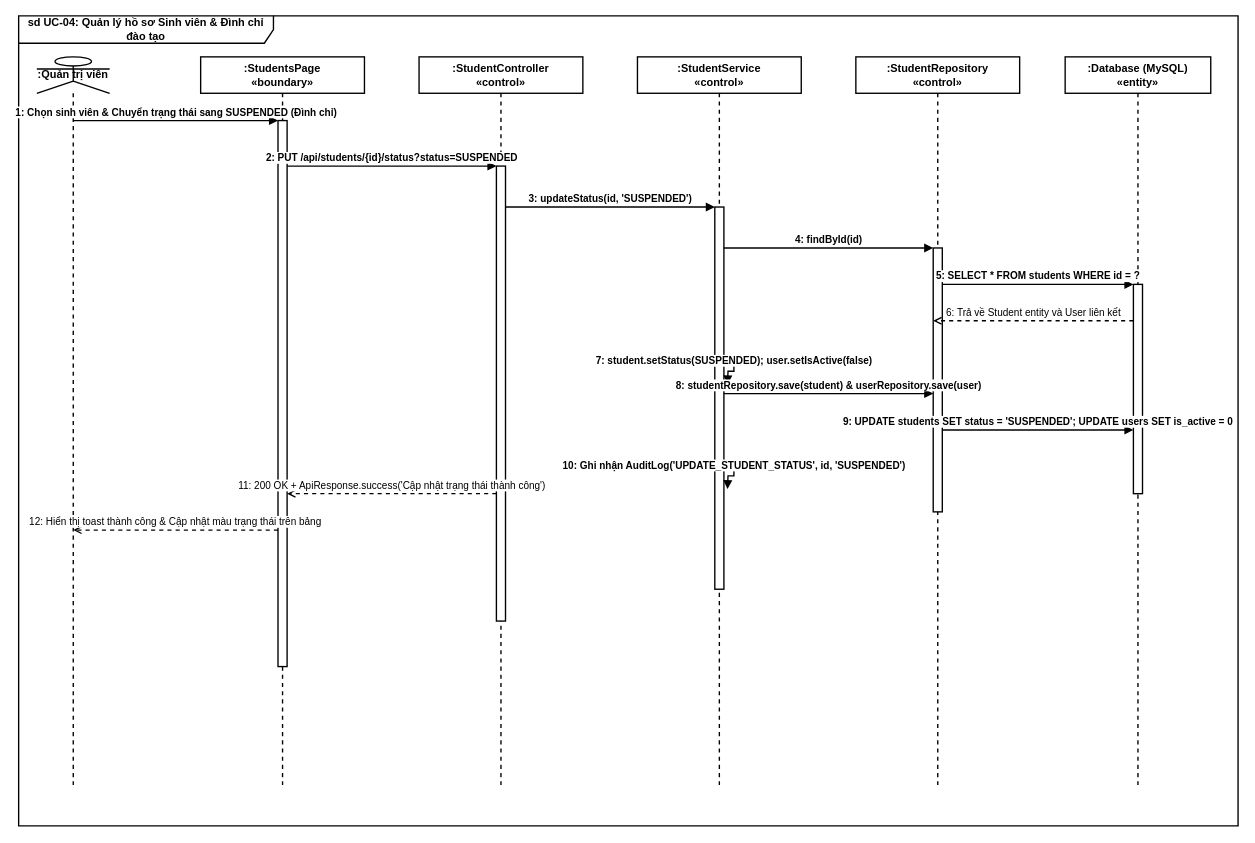
DevMarkie/DoAnChuyenNganh keeps this draw.io diagram as page "4. Quản lý hồ sơ Sinh viên" (4 of 23) of drawio/Sequence_Diagrams.drawio. Above is the earlier version. Source tidied: cells renumbered, new cells numbered last; positions are measured from the earlier drawing's top-left corner, leaving out a move shared by most shapes. Both pictures are drawn from the tidied source at 91%, with x=0, y=0 at pixel (18, 15).
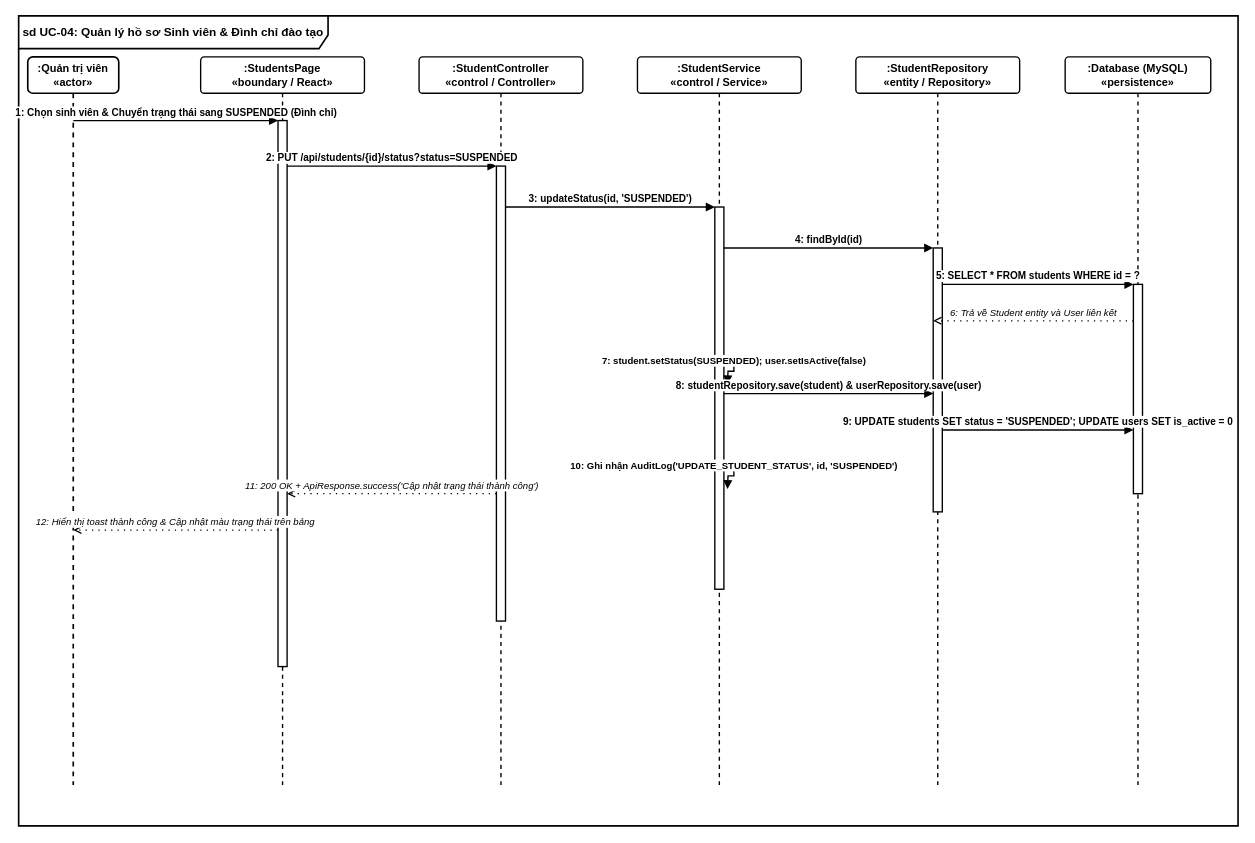
Above is the later version.

Change to the diagram source:
```diff
@@
-    <mxCell id="2" value="sd UC-04: Quản lý hồ sơ Sinh viên &amp; Đình chỉ đào tạo" style="shape=umlFrame;whiteSpace=wrap;html=1;width=280;height=30;strokeColor=#000000;strokeWidth=1.5;fillColor=none;fontColor=#000000;fontStyle=1;fontSize=12;" parent="1" vertex="1">
+    <mxCell id="2" value="sd UC-04: Quản lý hồ sơ Sinh viên &amp; Đình chỉ đào tạo" style="shape=umlFrame;whiteSpace=wrap;html=1;width=340;height=36;strokeColor=#000000;strokeWidth=1.8;fillColor=none;fontColor=#000000;fontStyle=1;fontSize=13;rounded=1;shadow=0;arcSize=6;" parent="1" vertex="1">
       <mxGeometry width="1340" height="890" as="geometry" />
     </mxCell>
-    <mxCell id="3" value=":Quản trị viên" style="shape=umlLifeline;participant=umlActor;perimeter=lifelinePerimeter;whiteSpace=wrap;html=1;strokeColor=#000000;strokeWidth=1.5;fillColor=#ffffff;fontColor=#000000;fontStyle=1;fontSize=12;" parent="1" vertex="1">
-      <mxGeometry x="20" y="45" width="80" height="800" as="geometry" />
+    <mxCell id="3" value=":Quản trị viên&#10;«actor»" style="shape=umlLifeline;perimeter=lifelinePerimeter;whiteSpace=wrap;html=1;strokeColor=#000000;strokeWidth=1.8;fillColor=#ffffff;fontColor=#000000;fontStyle=1;fontSize=12;rounded=1;arcSize=14;shadow=0;" parent="1" vertex="1">
+      <mxGeometry x="10" y="45" width="100" height="800" as="geometry" />
     </mxCell>
-    <mxCell id="4" value=":StudentsPage&#10;«boundary»" style="shape=umlLifeline;perimeter=lifelinePerimeter;whiteSpace=wrap;html=1;strokeColor=#000000;strokeWidth=1.5;fillColor=#ffffff;fontColor=#000000;fontStyle=1;fontSize=12;" parent="1" vertex="1">
+    <mxCell id="4" value=":StudentsPage&#10;«boundary / React»" style="shape=umlLifeline;perimeter=lifelinePerimeter;whiteSpace=wrap;html=1;strokeColor=#000000;strokeWidth=1.5;fillColor=#ffffff;fontColor=#000000;fontStyle=1;fontSize=12;rounded=1;arcSize=10;shadow=0;" parent="1" vertex="1">
       <mxGeometry x="200" y="45" width="180" height="800" as="geometry" />
     </mxCell>
-    <mxCell id="5" value=":StudentController&#10;«control»" style="shape=umlLifeline;perimeter=lifelinePerimeter;whiteSpace=wrap;html=1;strokeColor=#000000;strokeWidth=1.5;fillColor=#ffffff;fontColor=#000000;fontStyle=1;fontSize=12;" parent="1" vertex="1">
+    <mxCell id="5" value=":StudentController&#10;«control / Controller»" style="shape=umlLifeline;perimeter=lifelinePerimeter;whiteSpace=wrap;html=1;strokeColor=#000000;strokeWidth=1.5;fillColor=#ffffff;fontColor=#000000;fontStyle=1;fontSize=12;rounded=1;arcSize=10;shadow=0;" parent="1" vertex="1">
       <mxGeometry x="440" y="45" width="180" height="800" as="geometry" />
     </mxCell>
-    <mxCell id="6" value=":StudentService&#10;«control»" style="shape=umlLifeline;perimeter=lifelinePerimeter;whiteSpace=wrap;html=1;strokeColor=#000000;strokeWidth=1.5;fillColor=#ffffff;fontColor=#000000;fontStyle=1;fontSize=12;" parent="1" vertex="1">
+    <mxCell id="6" value=":StudentService&#10;«control / Service»" style="shape=umlLifeline;perimeter=lifelinePerimeter;whiteSpace=wrap;html=1;strokeColor=#000000;strokeWidth=1.5;fillColor=#ffffff;fontColor=#000000;fontStyle=1;fontSize=12;rounded=1;arcSize=10;shadow=0;" parent="1" vertex="1">
       <mxGeometry x="680" y="45" width="180" height="800" as="geometry" />
     </mxCell>
-    <mxCell id="7" value=":StudentRepository&#10;«control»" style="shape=umlLifeline;perimeter=lifelinePerimeter;whiteSpace=wrap;html=1;strokeColor=#000000;strokeWidth=1.5;fillColor=#ffffff;fontColor=#000000;fontStyle=1;fontSize=12;" parent="1" vertex="1">
+    <mxCell id="7" value=":StudentRepository&#10;«entity / Repository»" style="shape=umlLifeline;perimeter=lifelinePerimeter;whiteSpace=wrap;html=1;strokeColor=#000000;strokeWidth=1.5;fillColor=#ffffff;fontColor=#000000;fontStyle=1;fontSize=12;rounded=1;arcSize=10;shadow=0;" parent="1" vertex="1">
       <mxGeometry x="920" y="45" width="180" height="800" as="geometry" />
     </mxCell>
-    <mxCell id="8" value=":Database (MySQL)&#10;«entity»" style="shape=umlLifeline;perimeter=lifelinePerimeter;whiteSpace=wrap;html=1;strokeColor=#000000;strokeWidth=1.5;fillColor=#ffffff;fontColor=#000000;fontStyle=1;fontSize=12;" parent="1" vertex="1">
+    <mxCell id="8" value=":Database (MySQL)&#10;«persistence»" style="shape=umlLifeline;perimeter=lifelinePerimeter;whiteSpace=wrap;html=1;strokeColor=#000000;strokeWidth=1.5;fillColor=#ffffff;fontColor=#000000;fontStyle=1;fontSize=12;rounded=1;arcSize=10;shadow=0;" parent="1" vertex="1">
       <mxGeometry x="1150" y="45" width="160" height="800" as="geometry" />
     </mxCell>
-    <mxCell id="9" style="html=1;perimeter=orthogonalPerimeter;strokeColor=#000000;strokeWidth=1.5;fillColor=#ffffff;" parent="1" vertex="1">
+    <mxCell id="9" style="html=1;perimeter=orthogonalPerimeter;strokeColor=#000000;strokeWidth=1.5;fillColor=#ffffff;shadow=0;" parent="1" vertex="1">
       <mxGeometry x="285" y="115" width="10" height="600" as="geometry" />
     </mxCell>
-    <mxCell id="10" style="html=1;perimeter=orthogonalPerimeter;strokeColor=#000000;strokeWidth=1.5;fillColor=#ffffff;" parent="1" vertex="1">
+    <mxCell id="10" style="html=1;perimeter=orthogonalPerimeter;strokeColor=#000000;strokeWidth=1.5;fillColor=#ffffff;shadow=0;" parent="1" vertex="1">
       <mxGeometry x="525" y="165" width="10" height="500" as="geometry" />
     </mxCell>
-    <mxCell id="11" style="html=1;perimeter=orthogonalPerimeter;strokeColor=#000000;strokeWidth=1.5;fillColor=#ffffff;" parent="1" vertex="1">
+    <mxCell id="11" style="html=1;perimeter=orthogonalPerimeter;strokeColor=#000000;strokeWidth=1.5;fillColor=#ffffff;shadow=0;" parent="1" vertex="1">
       <mxGeometry x="765" y="210" width="10" height="420" as="geometry" />
     </mxCell>
-    <mxCell id="12" style="html=1;perimeter=orthogonalPerimeter;strokeColor=#000000;strokeWidth=1.5;fillColor=#ffffff;" parent="1" vertex="1">
+    <mxCell id="12" style="html=1;perimeter=orthogonalPerimeter;strokeColor=#000000;strokeWidth=1.5;fillColor=#ffffff;shadow=0;" parent="1" vertex="1">
       <mxGeometry x="1005" y="255" width="10" height="290" as="geometry" />
     </mxCell>
-    <mxCell id="13" style="html=1;perimeter=orthogonalPerimeter;strokeColor=#000000;strokeWidth=1.5;fillColor=#ffffff;" parent="1" vertex="1">
+    <mxCell id="13" style="html=1;perimeter=orthogonalPerimeter;strokeColor=#000000;strokeWidth=1.5;fillColor=#ffffff;shadow=0;" parent="1" vertex="1">
       <mxGeometry x="1225" y="295" width="10" height="230" as="geometry" />
     </mxCell>
-    <mxCell id="14" value="1: Chọn sinh viên &amp; Chuyển trạng thái sang SUSPENDED (Đình chỉ)" style="html=1;verticalAlign=bottom;endArrow=block;strokeColor=#000000;strokeWidth=1.5;labelBackgroundColor=#ffffff;labelBorderColor=none;fillColor=none;fontColor=#000000;fontSize=11;fontStyle=1;" parent="1" edge="1">
+    <mxCell id="14" value="1: Chọn sinh viên &amp; Chuyển trạng thái sang SUSPENDED (Đình chỉ)" style="html=1;verticalAlign=bottom;endArrow=block;endFill=1;strokeColor=#000000;strokeWidth=1.5;labelBackgroundColor=#ffffff;labelBorderColor=none;fillColor=none;fontColor=#000000;fontSize=11;fontStyle=1;rounded=0;" parent="1" edge="1">
       <mxGeometry relative="1" as="geometry">
         <mxPoint x="60" y="115" as="sourcePoint" />
         <mxPoint x="285" y="115" as="targetPoint" />
       </mxGeometry>
     </mxCell>
-    <mxCell id="15" value="2: PUT /api/students/{id}/status?status=SUSPENDED" style="html=1;verticalAlign=bottom;endArrow=block;strokeColor=#000000;strokeWidth=1.5;labelBackgroundColor=#ffffff;labelBorderColor=none;fillColor=none;fontColor=#000000;fontSize=11;fontStyle=1;" parent="1" edge="1">
+    <mxCell id="15" value="2: PUT /api/students/{id}/status?status=SUSPENDED" style="html=1;verticalAlign=bottom;endArrow=block;endFill=1;strokeColor=#000000;strokeWidth=1.5;labelBackgroundColor=#ffffff;labelBorderColor=none;fillColor=none;fontColor=#000000;fontSize=11;fontStyle=1;rounded=0;" parent="1" edge="1">
       <mxGeometry relative="1" as="geometry">
         <mxPoint x="295" y="165" as="sourcePoint" />
         <mxPoint x="525" y="165" as="targetPoint" />
       </mxGeometry>
     </mxCell>
-    <mxCell id="16" value="3: updateStatus(id, 'SUSPENDED')" style="html=1;verticalAlign=bottom;endArrow=block;strokeColor=#000000;strokeWidth=1.5;labelBackgroundColor=#ffffff;labelBorderColor=none;fillColor=none;fontColor=#000000;fontSize=11;fontStyle=1;" parent="1" edge="1">
+    <mxCell id="16" value="3: updateStatus(id, 'SUSPENDED')" style="html=1;verticalAlign=bottom;endArrow=block;endFill=1;strokeColor=#000000;strokeWidth=1.5;labelBackgroundColor=#ffffff;labelBorderColor=none;fillColor=none;fontColor=#000000;fontSize=11;fontStyle=1;rounded=0;" parent="1" edge="1">
       <mxGeometry relative="1" as="geometry">
         <mxPoint x="535" y="210" as="sourcePoint" />
         <mxPoint x="765" y="210" as="targetPoint" />
       </mxGeometry>
     </mxCell>
-    <mxCell id="17" value="4: findById(id)" style="html=1;verticalAlign=bottom;endArrow=block;strokeColor=#000000;strokeWidth=1.5;labelBackgroundColor=#ffffff;labelBorderColor=none;fillColor=none;fontColor=#000000;fontSize=11;fontStyle=1;" parent="1" edge="1">
+    <mxCell id="17" value="4: findById(id)" style="html=1;verticalAlign=bottom;endArrow=block;endFill=1;strokeColor=#000000;strokeWidth=1.5;labelBackgroundColor=#ffffff;labelBorderColor=none;fillColor=none;fontColor=#000000;fontSize=11;fontStyle=1;rounded=0;" parent="1" edge="1">
       <mxGeometry relative="1" as="geometry">
         <mxPoint x="775" y="255" as="sourcePoint" />
         <mxPoint x="1005" y="255" as="targetPoint" />
       </mxGeometry>
     </mxCell>
-    <mxCell id="18" value="5: SELECT * FROM students WHERE id = ?" style="html=1;verticalAlign=bottom;endArrow=block;strokeColor=#000000;strokeWidth=1.5;labelBackgroundColor=#ffffff;labelBorderColor=none;fillColor=none;fontColor=#000000;fontSize=11;fontStyle=1;" parent="1" edge="1">
+    <mxCell id="18" value="5: SELECT * FROM students WHERE id = ?" style="html=1;verticalAlign=bottom;endArrow=block;endFill=1;strokeColor=#000000;strokeWidth=1.5;labelBackgroundColor=#ffffff;labelBorderColor=none;fillColor=none;fontColor=#000000;fontSize=11;fontStyle=1;rounded=0;" parent="1" edge="1">
       <mxGeometry relative="1" as="geometry">
         <mxPoint x="1015" y="295" as="sourcePoint" />
         <mxPoint x="1225" y="295" as="targetPoint" />
       </mxGeometry>
     </mxCell>
-    <mxCell id="19" value="6: Trả về Student entity và User liên kết" style="html=1;verticalAlign=bottom;endArrow=open;dashed=1;strokeColor=#000000;strokeWidth=1.5;labelBackgroundColor=#ffffff;labelBorderColor=none;fillColor=none;fontColor=#000000;fontSize=11;fontStyle=0;" parent="1" edge="1">
+    <mxCell id="19" value="6: Trả về Student entity và User liên kết" style="html=1;verticalAlign=bottom;endArrow=open;dashed=1;dashPattern=1 4;strokeColor=#000000;strokeWidth=1.4;labelBackgroundColor=#ffffff;labelBorderColor=none;fillColor=none;fontColor=#000000;fontSize=10.5;fontStyle=2;rounded=0;" parent="1" edge="1">
       <mxGeometry relative="1" as="geometry">
         <mxPoint x="1225" y="335" as="sourcePoint" />
         <mxPoint x="1005" y="335" as="targetPoint" />
       </mxGeometry>
     </mxCell>
-    <mxCell id="20" value="7: student.setStatus(SUSPENDED); user.setIsActive(false)" style="html=1;verticalAlign=bottom;endArrow=block;strokeColor=#000000;strokeWidth=1.5;labelBackgroundColor=#ffffff;labelBorderColor=none;fillColor=none;fontColor=#000000;fontSize=11;fontStyle=1;edgeStyle=orthogonalEdgeStyle;curved=0;rounded=0;" parent="1" edge="1">
+    <mxCell id="20" value="7: student.setStatus(SUSPENDED); user.setIsActive(false)" style="html=1;verticalAlign=bottom;endArrow=block;endFill=1;strokeColor=#000000;strokeWidth=1.5;labelBackgroundColor=#ffffff;labelBorderColor=none;fillColor=none;fontColor=#000000;fontSize=10.5;fontStyle=1;edgeStyle=orthogonalEdgeStyle;curved=0;rounded=0;" parent="1" edge="1">
       <mxGeometry relative="1" as="geometry">
         <mxPoint x="775" y="375" as="sourcePoint" />
         <mxPoint x="779" y="405" as="targetPoint" />
       </mxGeometry>
     </mxCell>
-    <mxCell id="21" value="8: studentRepository.save(student) &amp; userRepository.save(user)" style="html=1;verticalAlign=bottom;endArrow=block;strokeColor=#000000;strokeWidth=1.5;labelBackgroundColor=#ffffff;labelBorderColor=none;fillColor=none;fontColor=#000000;fontSize=11;fontStyle=1;" parent="1" edge="1">
+    <mxCell id="21" value="8: studentRepository.save(student) &amp; userRepository.save(user)" style="html=1;verticalAlign=bottom;endArrow=block;endFill=1;strokeColor=#000000;strokeWidth=1.5;labelBackgroundColor=#ffffff;labelBorderColor=none;fillColor=none;fontColor=#000000;fontSize=11;fontStyle=1;rounded=0;" parent="1" edge="1">
       <mxGeometry relative="1" as="geometry">
         <mxPoint x="775" y="415" as="sourcePoint" />
         <mxPoint x="1005" y="415" as="targetPoint" />
       </mxGeometry>
     </mxCell>
-    <mxCell id="22" value="9: UPDATE students SET status = 'SUSPENDED'; UPDATE users SET is_active = 0" style="html=1;verticalAlign=bottom;endArrow=block;strokeColor=#000000;strokeWidth=1.5;labelBackgroundColor=#ffffff;labelBorderColor=none;fillColor=none;fontColor=#000000;fontSize=11;fontStyle=1;" parent="1" edge="1">
+    <mxCell id="22" value="9: UPDATE students SET status = 'SUSPENDED'; UPDATE users SET is_active = 0" style="html=1;verticalAlign=bottom;endArrow=block;endFill=1;strokeColor=#000000;strokeWidth=1.5;labelBackgroundColor=#ffffff;labelBorderColor=none;fillColor=none;fontColor=#000000;fontSize=11;fontStyle=1;rounded=0;" parent="1" edge="1">
       <mxGeometry relative="1" as="geometry">
         <mxPoint x="1015" y="455" as="sourcePoint" />
         <mxPoint x="1225" y="455" as="targetPoint" />
       </mxGeometry>
     </mxCell>
-    <mxCell id="23" value="10: Ghi nhận AuditLog('UPDATE_STUDENT_STATUS', id, 'SUSPENDED')" style="html=1;verticalAlign=bottom;endArrow=block;strokeColor=#000000;strokeWidth=1.5;labelBackgroundColor=#ffffff;labelBorderColor=none;fillColor=none;fontColor=#000000;fontSize=11;fontStyle=1;edgeStyle=orthogonalEdgeStyle;curved=0;rounded=0;" parent="1" edge="1">
+    <mxCell id="23" value="10: Ghi nhận AuditLog('UPDATE_STUDENT_STATUS', id, 'SUSPENDED')" style="html=1;verticalAlign=bottom;endArrow=block;endFill=1;strokeColor=#000000;strokeWidth=1.5;labelBackgroundColor=#ffffff;labelBorderColor=none;fillColor=none;fontColor=#000000;fontSize=10.5;fontStyle=1;edgeStyle=orthogonalEdgeStyle;curved=0;rounded=0;" parent="1" edge="1">
       <mxGeometry relative="1" as="geometry">
         <mxPoint x="775" y="490" as="sourcePoint" />
         <mxPoint x="779" y="520" as="targetPoint" />
       </mxGeometry>
     </mxCell>
-    <mxCell id="24" value="11: 200 OK + ApiResponse.success('Cập nhật trạng thái thành công')" style="html=1;verticalAlign=bottom;endArrow=open;dashed=1;strokeColor=#000000;strokeWidth=1.5;labelBackgroundColor=#ffffff;labelBorderColor=none;fillColor=none;fontColor=#000000;fontSize=11;fontStyle=0;" parent="1" edge="1">
+    <mxCell id="24" value="11: 200 OK + ApiResponse.success('Cập nhật trạng thái thành công')" style="html=1;verticalAlign=bottom;endArrow=open;dashed=1;dashPattern=1 4;strokeColor=#000000;strokeWidth=1.4;labelBackgroundColor=#ffffff;labelBorderColor=none;fillColor=none;fontColor=#000000;fontSize=10.5;fontStyle=2;rounded=0;" parent="1" edge="1">
       <mxGeometry relative="1" as="geometry">
         <mxPoint x="525" y="525" as="sourcePoint" />
         <mxPoint x="295" y="525" as="targetPoint" />
       </mxGeometry>
     </mxCell>
-    <mxCell id="25" value="12: Hiển thị toast thành công &amp; Cập nhật màu trạng thái trên bảng" style="html=1;verticalAlign=bottom;endArrow=open;dashed=1;strokeColor=#000000;strokeWidth=1.5;labelBackgroundColor=#ffffff;labelBorderColor=none;fillColor=none;fontColor=#000000;fontSize=11;fontStyle=0;" parent="1" edge="1">
+    <mxCell id="25" value="12: Hiển thị toast thành công &amp; Cập nhật màu trạng thái trên bảng" style="html=1;verticalAlign=bottom;endArrow=open;dashed=1;dashPattern=1 4;strokeColor=#000000;strokeWidth=1.4;labelBackgroundColor=#ffffff;labelBorderColor=none;fillColor=none;fontColor=#000000;fontSize=10.5;fontStyle=2;rounded=0;" parent="1" edge="1">
       <mxGeometry relative="1" as="geometry">
         <mxPoint x="285" y="565" as="sourcePoint" />
         <mxPoint x="60" y="565" as="targetPoint" />
       </mxGeometry>
     </mxCell>
```
